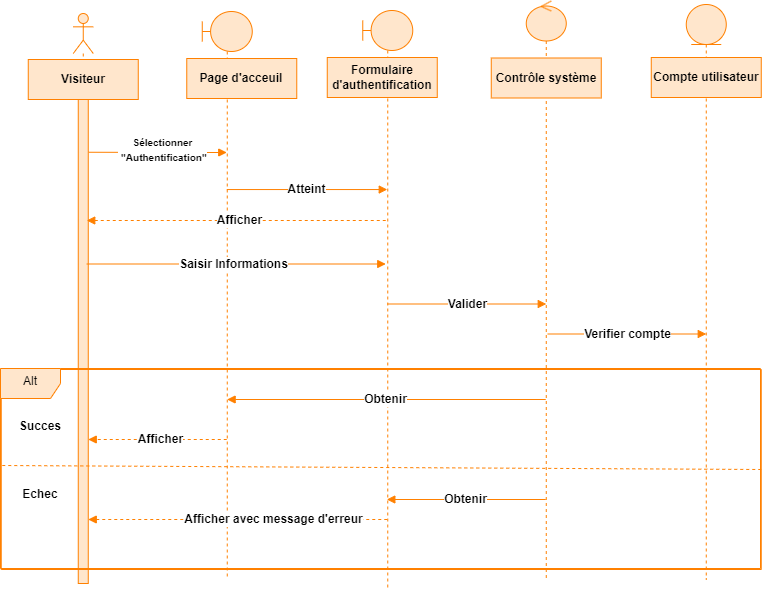
Before: images/Authentification d.png, a diagram exported from draw.io (alizhassane/pfe). Source tidied: cells renumbered, new cells last; positions are measured from the earlier drawing's top-left corner, leaving out a move shared by most shapes.
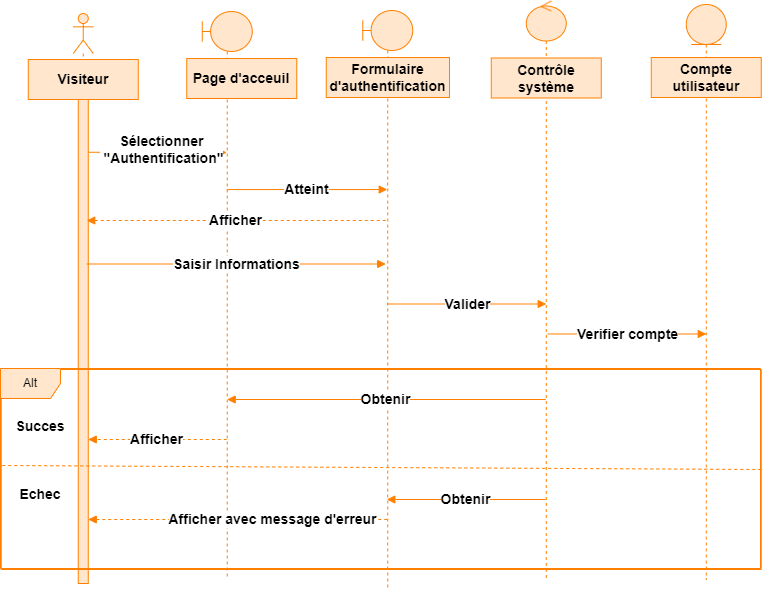
The same diagram one commit later.

What changed in the source:
```diff
@@ -20,22 +20,22 @@
     <mxCell id="7" style="shape=umlLifeline;perimeter=lifelinePerimeter;whiteSpace=wrap;html=1;newEdgeStyle={&quot;curved&quot;:0,&quot;rounded&quot;:0};participant=umlControl;strokeColor=#FF8000;align=center;verticalAlign=middle;fontFamily=Helvetica;fontSize=12;fontColor=default;fontStyle=1;fillColor=#FFE6CC;" parent="1" vertex="1">
       <mxGeometry x="525.8" y="0.5" width="40" height="578.5" as="geometry" />
     </mxCell>
-    <mxCell id="8" value="Visiteur" style="rounded=0;whiteSpace=wrap;html=1;fillColor=#FFE6CC;strokeColor=#FF8000;align=center;verticalAlign=middle;fontFamily=Helvetica;fontSize=12;fontColor=default;fontStyle=1;" parent="1" vertex="1">
+    <mxCell id="8" value="&lt;font style=&quot;font-size: 14px;&quot;&gt;Visiteur&lt;/font&gt;" style="rounded=0;whiteSpace=wrap;html=1;fillColor=#FFE6CC;strokeColor=#FF8000;align=center;verticalAlign=middle;fontFamily=Helvetica;fontSize=12;fontColor=default;fontStyle=1;" parent="1" vertex="1">
       <mxGeometry x="27.8" y="59" width="110" height="40" as="geometry" />
     </mxCell>
-    <mxCell id="9" value="Contrôle système" style="rounded=0;whiteSpace=wrap;html=1;fillColor=#FFE6CC;strokeColor=#FF8000;align=center;verticalAlign=middle;fontFamily=Helvetica;fontSize=12;fontColor=default;fontStyle=1;" parent="1" vertex="1">
+    <mxCell id="9" value="&lt;font style=&quot;font-size: 14px;&quot;&gt;Contrôle système&lt;/font&gt;" style="rounded=0;whiteSpace=wrap;html=1;fillColor=#FFE6CC;strokeColor=#FF8000;align=center;verticalAlign=middle;fontFamily=Helvetica;fontSize=12;fontColor=default;fontStyle=1;" parent="1" vertex="1">
       <mxGeometry x="490.8" y="57.5" width="110" height="40" as="geometry" />
     </mxCell>
-    <mxCell id="10" value="Compte utilisateur" style="rounded=0;whiteSpace=wrap;html=1;fillColor=#FFE6CC;strokeColor=#FF8000;align=center;verticalAlign=middle;fontFamily=Helvetica;fontSize=12;fontColor=default;fontStyle=1;" parent="1" vertex="1">
+    <mxCell id="10" value="&lt;font style=&quot;font-size: 14px;&quot;&gt;Compte utilisateur&lt;/font&gt;" style="rounded=0;whiteSpace=wrap;html=1;fillColor=#FFE6CC;strokeColor=#FF8000;align=center;verticalAlign=middle;fontFamily=Helvetica;fontSize=12;fontColor=default;fontStyle=1;" parent="1" vertex="1">
       <mxGeometry x="650.8" y="57" width="110" height="40" as="geometry" />
     </mxCell>
-    <mxCell id="11" value="Formulaire d'authentification" style="rounded=0;whiteSpace=wrap;html=1;fillColor=#FFE6CC;strokeColor=#FF8000;align=center;verticalAlign=middle;fontFamily=Helvetica;fontSize=12;fontColor=default;fontStyle=1;" parent="1" vertex="1">
-      <mxGeometry x="326.8" y="57" width="110" height="40" as="geometry" />
+    <mxCell id="11" value="&lt;font style=&quot;font-size: 14px;&quot;&gt;Formulaire d'authentification&lt;/font&gt;" style="rounded=0;whiteSpace=wrap;html=1;fillColor=#FFE6CC;strokeColor=#FF8000;align=center;verticalAlign=middle;fontFamily=Helvetica;fontSize=12;fontColor=default;fontStyle=1;" parent="1" vertex="1">
+      <mxGeometry x="325.8" y="57" width="123.2" height="40" as="geometry" />
     </mxCell>
-    <mxCell id="12" value="Page d'acceuil" style="rounded=0;whiteSpace=wrap;html=1;fillColor=#FFE6CC;strokeColor=#FF8000;align=center;verticalAlign=middle;fontFamily=Helvetica;fontSize=12;fontColor=default;fontStyle=1;" parent="1" vertex="1">
+    <mxCell id="12" value="&lt;font style=&quot;font-size: 14px;&quot;&gt;Page d'acceuil&lt;/font&gt;" style="rounded=0;whiteSpace=wrap;html=1;fillColor=#FFE6CC;strokeColor=#FF8000;align=center;verticalAlign=middle;fontFamily=Helvetica;fontSize=12;fontColor=default;fontStyle=1;" parent="1" vertex="1">
       <mxGeometry x="186.3" y="58" width="110" height="40" as="geometry" />
     </mxCell>
-    <mxCell id="13" value="&lt;span style=&quot;font-size: 10px;&quot;&gt;Sélectionner&lt;/span&gt;&lt;div&gt;&lt;span style=&quot;font-size: 10px;&quot;&gt;&amp;nbsp;&quot;Authentification&quot;&lt;/span&gt;&lt;/div&gt;" style="html=1;verticalAlign=middle;endArrow=block;curved=0;rounded=0;strokeColor=#FF8000;align=center;fontFamily=Helvetica;fontSize=12;fontColor=default;fontStyle=1;fillColor=#FFE6CC;" parent="1" edge="1">
+    <mxCell id="13" value="&lt;font style=&quot;font-size: 14px;&quot;&gt;Sélectionner&lt;/font&gt;&lt;div&gt;&lt;font style=&quot;font-size: 14px;&quot;&gt;&amp;nbsp;&quot;Authentification&quot;&lt;/font&gt;&lt;/div&gt;" style="html=1;verticalAlign=middle;endArrow=block;curved=0;rounded=0;strokeColor=#FF8000;align=center;fontFamily=Helvetica;fontSize=12;fontColor=default;fontStyle=1;fillColor=#FFE6CC;" parent="1" edge="1">
       <mxGeometry x="0.05" y="3" relative="1" as="geometry">
         <mxPoint x="88.3" y="151.8" as="sourcePoint" />
         <mxPoint x="226.3" y="152" as="targetPoint" />
@@ -44,31 +44,31 @@
         </Array>
       </mxGeometry>
     </mxCell>
-    <mxCell id="14" value="Atteint" style="html=1;verticalAlign=middle;endArrow=block;curved=0;rounded=0;strokeColor=#FF8000;align=center;fontFamily=Helvetica;fontSize=12;fontColor=default;fontStyle=1;fillColor=#FFE6CC;" parent="1" edge="1">
+    <mxCell id="14" value="&lt;font style=&quot;font-size: 14px;&quot;&gt;Atteint&lt;/font&gt;" style="html=1;verticalAlign=middle;endArrow=block;curved=0;rounded=0;strokeColor=#FF8000;align=center;fontFamily=Helvetica;fontSize=12;fontColor=default;fontStyle=1;fillColor=#FFE6CC;" parent="1" edge="1">
       <mxGeometry relative="1" as="geometry">
         <mxPoint x="226.3" y="189.1" as="sourcePoint" />
         <mxPoint x="386.8" y="189.1" as="targetPoint" />
       </mxGeometry>
     </mxCell>
-    <mxCell id="15" value="Afficher" style="html=1;verticalAlign=middle;endArrow=block;curved=0;rounded=0;dashed=1;strokeColor=#FF8000;align=center;fontFamily=Helvetica;fontSize=12;fontColor=default;fontStyle=1;fillColor=#FFE6CC;" parent="1" edge="1">
+    <mxCell id="15" value="&lt;font style=&quot;font-size: 14px;&quot;&gt;Afficher&lt;/font&gt;" style="html=1;verticalAlign=middle;endArrow=block;curved=0;rounded=0;dashed=1;strokeColor=#FF8000;align=center;fontFamily=Helvetica;fontSize=12;fontColor=default;fontStyle=1;fillColor=#FFE6CC;" parent="1" edge="1">
       <mxGeometry relative="1" as="geometry">
         <mxPoint x="385.3" y="220" as="sourcePoint" />
         <mxPoint x="86.3" y="220" as="targetPoint" />
       </mxGeometry>
     </mxCell>
-    <mxCell id="16" value="Saisir Informations" style="html=1;verticalAlign=middle;endArrow=block;curved=0;rounded=0;strokeColor=#FF8000;align=center;fontFamily=Helvetica;fontSize=12;fontColor=default;fontStyle=1;fillColor=#FFE6CC;" parent="1" edge="1">
+    <mxCell id="16" value="&lt;font style=&quot;font-size: 14px;&quot;&gt;Saisir Informations&lt;/font&gt;" style="html=1;verticalAlign=middle;endArrow=block;curved=0;rounded=0;strokeColor=#FF8000;align=center;fontFamily=Helvetica;fontSize=12;fontColor=default;fontStyle=1;fillColor=#FFE6CC;" parent="1" edge="1">
       <mxGeometry relative="1" as="geometry">
         <mxPoint x="86.3" y="263.5" as="sourcePoint" />
         <mxPoint x="385.3" y="263.5" as="targetPoint" />
       </mxGeometry>
     </mxCell>
-    <mxCell id="17" value="Valider" style="html=1;verticalAlign=middle;endArrow=block;curved=0;rounded=0;strokeColor=#FF8000;align=center;fontFamily=Helvetica;fontSize=12;fontColor=default;fontStyle=1;fillColor=#FFE6CC;" parent="1" edge="1">
+    <mxCell id="17" value="&lt;font style=&quot;font-size: 14px;&quot;&gt;Valider&lt;/font&gt;" style="html=1;verticalAlign=middle;endArrow=block;curved=0;rounded=0;strokeColor=#FF8000;align=center;fontFamily=Helvetica;fontSize=12;fontColor=default;fontStyle=1;fillColor=#FFE6CC;" parent="1" edge="1">
       <mxGeometry relative="1" as="geometry">
         <mxPoint x="387.2" y="303.5" as="sourcePoint" />
         <mxPoint x="545.8" y="303.5" as="targetPoint" />
       </mxGeometry>
     </mxCell>
-    <mxCell id="18" value="Verifier compte" style="html=1;verticalAlign=middle;endArrow=block;curved=0;rounded=0;strokeColor=#FF8000;align=center;fontFamily=Helvetica;fontSize=12;fontColor=default;fontStyle=1;fillColor=#FFE6CC;" parent="1" edge="1">
+    <mxCell id="18" value="&lt;font style=&quot;font-size: 14px;&quot;&gt;Verifier compte&lt;/font&gt;" style="html=1;verticalAlign=middle;endArrow=block;curved=0;rounded=0;strokeColor=#FF8000;align=center;fontFamily=Helvetica;fontSize=12;fontColor=default;fontStyle=1;fillColor=#FFE6CC;" parent="1" edge="1">
       <mxGeometry relative="1" as="geometry">
         <mxPoint x="547.2" y="333.5" as="sourcePoint" />
         <mxPoint x="705.8" y="333.5" as="targetPoint" />
@@ -77,34 +77,34 @@
     <mxCell id="19" style="swimlane;startSize=0;strokeColor=#FF8000;align=center;verticalAlign=middle;fontFamily=Helvetica;fontSize=12;fontColor=default;fontStyle=1;fillColor=#FFE6CC;" parent="1" vertex="1">
       <mxGeometry x="0.8" y="369" width="760" height="200" as="geometry" />
     </mxCell>
-    <mxCell id="20" value="Obtenir" style="html=1;verticalAlign=middle;endArrow=block;curved=0;rounded=0;strokeColor=#FF8000;align=center;fontFamily=Helvetica;fontSize=12;fontColor=default;fontStyle=1;fillColor=#FFE6CC;" parent="19" edge="1">
+    <mxCell id="20" value="&lt;font style=&quot;font-size: 14px;&quot;&gt;Obtenir&lt;/font&gt;" style="html=1;verticalAlign=middle;endArrow=block;curved=0;rounded=0;strokeColor=#FF8000;align=center;fontFamily=Helvetica;fontSize=12;fontColor=default;fontStyle=1;fillColor=#FFE6CC;" parent="19" edge="1">
       <mxGeometry relative="1" as="geometry">
         <mxPoint x="544.5" y="130" as="sourcePoint" />
         <mxPoint x="385.6" y="130" as="targetPoint" />
       </mxGeometry>
     </mxCell>
-    <mxCell id="21" value="Obtenir" style="html=1;verticalAlign=middle;endArrow=block;curved=0;rounded=0;strokeColor=#FF8000;align=center;fontFamily=Helvetica;fontSize=12;fontColor=default;fontStyle=1;fillColor=#FFE6CC;" parent="19" edge="1">
+    <mxCell id="21" value="&lt;font style=&quot;font-size: 14px;&quot;&gt;Obtenir&lt;/font&gt;" style="html=1;verticalAlign=middle;endArrow=block;curved=0;rounded=0;strokeColor=#FF8000;align=center;fontFamily=Helvetica;fontSize=12;fontColor=default;fontStyle=1;fillColor=#FFE6CC;" parent="19" edge="1">
       <mxGeometry relative="1" as="geometry">
         <mxPoint x="544.5" y="30" as="sourcePoint" />
         <mxPoint x="225.9" y="30" as="targetPoint" />
       </mxGeometry>
     </mxCell>
-    <mxCell id="22" value="Afficher" style="html=1;verticalAlign=middle;endArrow=block;curved=0;rounded=0;dashed=1;strokeColor=#FF8000;align=center;fontFamily=Helvetica;fontSize=12;fontColor=default;fontStyle=1;fillColor=#FFE6CC;" parent="19" edge="1">
+    <mxCell id="22" value="&lt;font style=&quot;font-size: 14px;&quot;&gt;Afficher&lt;/font&gt;" style="html=1;verticalAlign=middle;endArrow=block;curved=0;rounded=0;dashed=1;strokeColor=#FF8000;align=center;fontFamily=Helvetica;fontSize=12;fontColor=default;fontStyle=1;fillColor=#FFE6CC;" parent="19" edge="1">
       <mxGeometry relative="1" as="geometry">
         <mxPoint x="225.5" y="70" as="sourcePoint" />
         <mxPoint x="87" y="70" as="targetPoint" />
       </mxGeometry>
     </mxCell>
-    <mxCell id="23" value="Afficher avec message d'erreur" style="html=1;verticalAlign=middle;endArrow=block;curved=0;rounded=0;dashed=1;strokeColor=#FF8000;align=center;fontFamily=Helvetica;fontSize=12;fontColor=default;fontStyle=1;fillColor=#FFE6CC;" parent="19" edge="1">
+    <mxCell id="23" value="&lt;font style=&quot;font-size: 14px;&quot;&gt;Afficher avec message d'erreur&lt;/font&gt;" style="html=1;verticalAlign=middle;endArrow=block;curved=0;rounded=0;dashed=1;strokeColor=#FF8000;align=center;fontFamily=Helvetica;fontSize=12;fontColor=default;fontStyle=1;fillColor=#FFE6CC;" parent="19" edge="1">
       <mxGeometry x="-0.22" relative="1" as="geometry">
         <mxPoint x="386" y="150" as="sourcePoint" />
         <mxPoint x="87" y="150" as="targetPoint" />
       </mxGeometry>
     </mxCell>
-    <mxCell id="24" value="&lt;b&gt;Succes&lt;/b&gt;" style="text;html=1;align=center;verticalAlign=middle;whiteSpace=wrap;rounded=0;fontFamily=Helvetica;fontSize=12;fontColor=default;fontStyle=1;" parent="19" vertex="1">
+    <mxCell id="24" value="&lt;b&gt;&lt;font style=&quot;font-size: 14px;&quot;&gt;Succes&lt;/font&gt;&lt;/b&gt;" style="text;html=1;align=center;verticalAlign=middle;whiteSpace=wrap;rounded=0;fontFamily=Helvetica;fontSize=12;fontColor=default;fontStyle=1;" parent="19" vertex="1">
       <mxGeometry x="9.2" y="42" width="60" height="30" as="geometry" />
     </mxCell>
-    <mxCell id="25" value="&lt;b&gt;Echec&lt;/b&gt;" style="text;html=1;align=center;verticalAlign=middle;whiteSpace=wrap;rounded=0;fontFamily=Helvetica;fontSize=12;fontColor=default;fontStyle=1;" parent="19" vertex="1">
+    <mxCell id="25" value="&lt;b&gt;&lt;font style=&quot;font-size: 14px;&quot;&gt;Echec&lt;/font&gt;&lt;/b&gt;" style="text;html=1;align=center;verticalAlign=middle;whiteSpace=wrap;rounded=0;fontFamily=Helvetica;fontSize=12;fontColor=default;fontStyle=1;" parent="19" vertex="1">
       <mxGeometry x="9.2" y="110" width="60" height="30" as="geometry" />
     </mxCell>
     <mxCell id="26" value="Alt" style="shape=umlFrame;whiteSpace=wrap;html=1;fillColor=#FFE6CC;strokeColor=#FF8000;strokeWidth=1;align=center;verticalAlign=middle;fontFamily=Helvetica;fontSize=12;fontColor=default;" parent="19" vertex="1">
```
